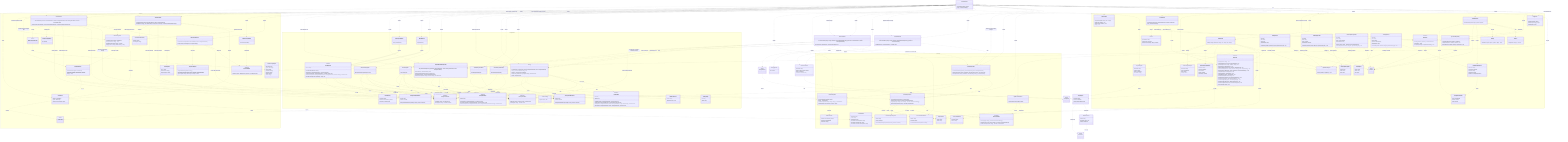
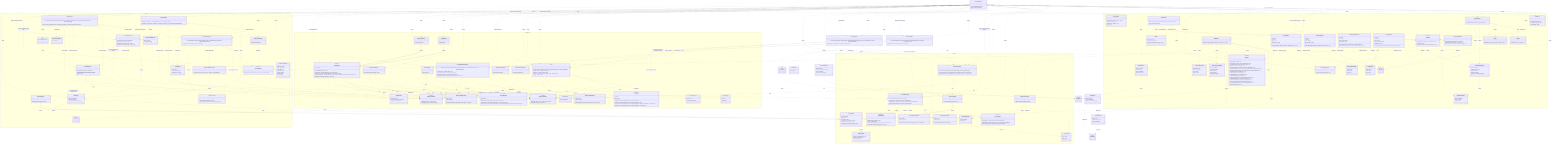
classDiagram
  direction TB

  class LicenseWizard {
    +LicenseWizard(args: string[])
    +run() Promise~Answer[]~
  }

  class LicenseInstaller {
    +LicenseInstaller(config: Config, manifests: ProjectManifestRepository, generator: LicenseGenerator)
    +install(selection: LicenseSelection) Promise~void~
  }

  class LicenseVerifier {
    +LicenseVerifier(config: Config, manifests: ProjectManifestRepository, generator: LicenseGenerator, reader: IFileSystemReader)
    +verify(options: VerifyOptions) Promise~VerifyOutcome~
  }

  class LicenseSelection {
    +licenseId: string
    +tokens: Record~string, string~
    +save: ConfigSave
    +headers?: HeaderConfig
  }

  class ConfigSave {
    <<union>>
  }

  class VerifyOptions {
    +fix: boolean
  }

  class VerifyOutcome {
    <<union>>
  }

  class VerifyReport {
    +licenseId: string
    +license: DriftStatus
    +manifests: ManifestCheck[]
  }

  class ManifestCheck {
    +name: string
    +declared: string | null
    +status: DriftStatus
  }

  class DriftStatus {
    <<union>>
  }

  namespace CLI {
    class FlagParser {
      +FlagParser(flags: object)
      +parse(args: string[]) object
      +formatHelp() string
    }

    class Orchestrator {
      +Orchestrator(repository: QuestionRepository, renderer: IRenderer)
      +run() Promise~Answer[]~
    }

    class IRenderer {
      <<interface>>
      +render(question: Question) Promise~Answer~
      +onCancel() string
      +complete(summary: CompletionSummary) void
    }

    class CompletionSummary {
      +licenseId: string
      +customized: boolean
      +savedTo: string
      +manifests: string[]
      +headers?: CompletionHeaders
    }

    class CompletionHeaders {
      +style: HeaderStyle
      +written: number
      +total: number
    }

    class ProgressBar {
      +ProgressBar(label: string, out?: object)
      +start(total: number) void
      +update(done: number) void
      +stop() void
    }

    class ClackRenderer {
      +ClackRenderer(meta: object, spinner: Spinner)
    }

    class IReporter {
      <<interface>>
      +usage(options: string) void
      +tokens(licenseId: string, slots: TemplateSlot[]) void
      +generated(licenseId: string, savedTo: string) void
      +dryRun(report: DryRunReport) void
      +missingFields(licenseId: string, missing: TemplateSlot[]) void
      +unknownFields(licenseId: string, unknown: string[], slots: TemplateSlot[]) void
      +licenseNotFound(licenseId: string, suggestions: LicenseIndexEntry[]) void
      +verifyMatch(report: VerifyReport) void
      +verifyFixed(report: VerifyReport) void
      +verifyMismatch(report: VerifyReport) void
      +headersNoFiles(licenseId: string) void
      +headersGenerated(report: HeaderGenerateReport) void
      +headersDryRun(report: HeaderDryRunReport) void
      +headersVerifyMatch(report: HeaderVerifyReport) void
      +headersVerifyFixed(report: HeaderVerifyReport) void
      +headersVerifyMismatch(report: HeaderVerifyReport) void
      +error(message: string) void
    }

    class HeaderGenerateReport {
      +licenseId: string
      +style: HeaderStyle
      +total: number
      +written: number
      +unchanged: number
    }

    class HeaderDryRunReport {
      +licenseId: string
      +style: HeaderStyle
      +files: string[]
      +sample: string
    }

    class DryRunReport {
      +licenseId: string
      +content: string
      +save: ConfigSave
      +manifests: string[]
    }

    class CliReporter {
      +CliReporter(programName: string, out?: object, err?: object)
    }

    class Banner {
      +buildBanner(meta: object, options: object) string
    }

    class Spinner {
      +start(handle: object) Function
    }

    class QuestionRepository {
      +QuestionRepository(questions: Question[])
      +getByIndex(index: number) Question | null
      +insertAt(index: number, questions: Question[]) void
    }

    class QuestionLifecycle {
      +inject(questions: Question[]) void
    }

    class Question {
      <<union>>
    }

    class TextQuestion {
      +id: string
      +text: string
      +type: "text"
      +defaultValue: string
      +onAnswer(answer: Answer, lifecycle: QuestionLifecycle) void
    }

    class ConfirmQuestion {
      +id: string
      +text: string
      +type: "confirm"
      +defaultValue: boolean
      +onAnswer(answer: Answer, lifecycle: QuestionLifecycle) void
    }

    class AutocompleteQuestion {
      +id: string
      +text: string
      +type: "autocomplete"
      +defaultValue: string
      +search(query: string) Promise~AutocompleteOption[]~
      +onAnswer(answer: Answer, lifecycle: QuestionLifecycle) void
    }

    class AutocompleteOption {
      +value: string
      +label: string
      +hint: string
    }

    class SelectQuestion {
      +id: string
      +text: string
      +type: "select"
      +options: SelectOption[]
      +defaultValue: string
      +onAnswer(answer: Answer, lifecycle: QuestionLifecycle) void
    }

    class SelectOption {
      +value: string
      +label: string
      +hint: string
    }

    class Answer {
      +questionId: string
      +value: string | boolean
      +fields: Record~string, string | boolean~
    }
  }

  namespace Licensing {
    class LicenseRepository {
      +LicenseRepository(source: ILicenseSource)
      +search(query: string) Promise~LicenseIndexEntry[]~
      +suggest(query: string, limit: number) Promise~LicenseIndexEntry[]~
      +getLicense(licenseId: string) Promise~LicenseDetail~
    }

    class LicenseRepositoryError {
      +name: string
      +cause: unknown
      +LicenseRepositoryError(message: string, cause?: unknown)
    }

    class LicenseNotFoundError {
      +name: string
      +licenseId: string
      +LicenseNotFoundError(licenseId: string)
    }

    class ILicenseSource {
      <<interface>>
      +search(query: string) Promise~LicenseIndexEntry[]~
      +suggest(query: string, limit: number) Promise~LicenseIndexEntry[]~
      +fetchLicense(licenseId: string) Promise~LicenseDetail~
    }

    class SpdxLicenseSource {
      +SpdxLicenseSource(ttlMs: number)
    }

    class LicenseIndexEntry {
      +licenseId: string
      +name: string
    }

    class LicenseDetail {
      +licenseId: string
      +name: string
      +licenseText: string
      +standardLicenseTemplate?: string
      +standardLicenseHeader?: string
      +standardLicenseHeaderTemplate?: string
    }

-     class LicenseTemplate {
-       +LicenseTemplate(template: string)
+     class SpdxTemplate {
+       <<abstract>>
+       +SpdxTemplate(template: string)
      +slots() TemplateSlot[]
      +resolveSlots(entries: Map~string, string~) SlotResolution
      +render(values: Record~string, string~) string
+     }
+ 
+     class LicenseTemplate {
+       +LicenseTemplate(template: string)
    }

    class TemplateSlot {
      +token: string
      +label: string
    }

    class SlotResolution {
      +values: Record~string, string~
      +missing: TemplateSlot[]
      +unknown: string[]
    }

    class LicenseGenerator {
      +LicenseGenerator(repository: LicenseRepository, writer: IFileSystemWriter)
      +generate(licenseId: string, slotValues?: Record~string, string~) Promise~void~
      +render(licenseId: string, slotValues?: Record~string, string~) Promise~string~
    }
  }

  namespace Configuration {
    class IFileSystemReader {
      <<interface>>
      +read(path: string) Promise~string~
      +exists(path: string) Promise~boolean~
    }

    class IFileSystemWriter {
      <<interface>>
      +write(path: string, content: string) Promise~void~
      +delete(path: string) Promise~void~
    }

    class NodeFileSystemReader {
      +NodeFileSystemReader()
    }

    class NodeFileSystemWriter {
      +NodeFileSystemWriter()
    }

    class FileSystemReaderError {
      +name: string
      +cause: unknown
      +FileSystemReaderError(message: string, cause?: unknown)
    }

    class FileSystemWriterError {
      +name: string
      +cause: unknown
      +FileSystemWriterError(message: string, cause?: unknown)
    }

    class WizardConfig {
      +licenseId: string
      +tokens?: Record~string, string~
      +headers?: HeaderConfig
    }

    class HeaderConfig {
-       +style: "short" | "full"
+       +style: HeaderStyle
    }

    class ConfigTarget {
      +id: string
      +label: string
    }

    class IConfigStore {
      <<interface>>
      +id: string
      +label: string
      +available(reader: IFileSystemReader) Promise~boolean~
      +read(reader: IFileSystemReader) Promise~WizardConfig | null~
      +write(reader: IFileSystemReader, writer: IFileSystemWriter, config: WizardConfig) Promise~void~
      +clear(reader: IFileSystemReader, writer: IFileSystemWriter) Promise~void~
    }

    class RcConfigStore {
      +RcConfigStore()
    }

    class ManifestConfigStore {
      +ManifestConfigStore(fileName: string)
    }

    class Config {
      +Config(stores: IConfigStore[], reader: IFileSystemReader, writer: IFileSystemWriter)
      +read() Promise~WizardConfig | null~
      +targets() Promise~ConfigTarget[]~
      +write(config: WizardConfig, targetId: string) Promise~void~
      +clear() Promise~void~
    }

    class IProjectManifest {
      <<interface>>
      +name: string
      +exists(reader: IFileSystemReader) Promise~boolean~
      +readLicense(reader: IFileSystemReader) Promise~string | null~
      +writeLicense(reader: IFileSystemReader, writer: IFileSystemWriter, licenseId: string) Promise~void~
    }

    class JsonManifest {
      <<abstract>>
      +JsonManifest(fileName: string)
      +name: string
      +exists(reader: IFileSystemReader) Promise~boolean~
      +readLicense(reader: IFileSystemReader) Promise~string | null~
      +writeLicense(reader: IFileSystemReader, writer: IFileSystemWriter, licenseId: string) Promise~void~
      #extractLicenseId(value: unknown)* string | null
    }

    class NpmManifest {
      +NpmManifest()
    }

    class ComposerManifest {
      +ComposerManifest()
    }

    class ProjectManifestRepository {
      +ProjectManifestRepository(manifests: IProjectManifest[], reader: IFileSystemReader, writer: IFileSystemWriter)
      +readLicense() Promise~string | null~
      +writeLicense(licenseId: string) Promise~void~
      +declaredLicenses() Promise~ManifestLicense[]~
      +writeLicenseTo(name: string, licenseId: string) Promise~void~
    }

    class ManifestLicense {
      +name: string
      +licenseId: string | null
    }
  }

  namespace Headers {
    class HeaderPlan {
      +detail: LicenseDetail
      +style: HeaderStyle
      +tokens: Record~string, string~
    }

    class HeaderStyle {
      <<union>>
    }

    class HeaderRenderer {
      +HeaderRenderer(plan: HeaderPlan)
      +supportsFull(detail: LicenseDetail)$ boolean
      +body() string
    }

+     class HeaderTemplate {
+       +HeaderTemplate(template: string)
+     }
+ 
    class HeaderComposer {
      +HeaderComposer(plan: HeaderPlan)
      +block(extension: string) string
      +hasManaged(content: string) boolean
      +apply(content: string, filePath: string) string
    }

    class SourceFileScanner {
-       +SourceFileScanner(walker: IFileTreeWalker, reader: IFileSystemReader)
+       +SourceFileScanner(walker: IFileTreeWalker, reader: IFileSystemReader, matchers?: GitignoreMatcherFactory)
      +scan(options?: ScanOptions) Promise~string[]~
    }

    class ScanOptions {
      +root?: string
      +extensions?: string[]
      +extraIgnores?: string[]
    }

    class GitignoreMatcher {
      +GitignoreMatcher(patterns: string[])
-       +fromContent(content: string, extra?: string[])$ GitignoreMatcher
      +ignores(path: string, isDirectory: boolean) boolean
+     }
+ 
+     class GitignoreMatcherFactory {
+       +fromContent(content: string, extra?: string[]) GitignoreMatcher
    }

    class IFileTreeWalker {
      <<interface>>
      +walk(root: string, skipDirectory: Function) Promise~string[]~
    }

    class NodeFileTreeWalker {
      +NodeFileTreeWalker()
    }

    class HeaderInstaller {
      +HeaderInstaller(reader: IFileSystemReader, writer: IFileSystemWriter)
      +install(files: string[], plan: HeaderPlan, onProgress?: Function) Promise~HeaderInstallSummary~
    }

    class HeaderInstallSummary {
      +written: string[]
      +unchanged: string[]
    }

    class HeaderVerifier {
      +HeaderVerifier(scanner: SourceFileScanner, reader: IFileSystemReader, writer: IFileSystemWriter, licenses: LicenseRepository)
      +verify(config: WizardConfig, options: HeaderVerifyOptions) Promise~HeaderVerifyOutcome~
    }

    class HeaderVerifyOptions {
      +fix: boolean
    }

    class HeaderVerifyOutcome {
      <<union>>
    }

    class HeaderVerifyReport {
      +licenseId: string
      +style: HeaderStyle
      +total: number
      +matched: string[]
      +missing: string[]
      +drifted: string[]
      +fixed: string[]
    }
  }

  TextQuestion ..|> Question : member of
  ConfirmQuestion ..|> Question : member of
  AutocompleteQuestion ..|> Question : member of
  SelectQuestion ..|> Question : member of
  TextQuestion ..> QuestionLifecycle : onAnswer receives
  ConfirmQuestion ..> QuestionLifecycle : onAnswer receives
  AutocompleteQuestion ..> QuestionLifecycle : onAnswer receives
  SelectQuestion ..> QuestionLifecycle : onAnswer receives
  SelectQuestion ..> SelectOption : offers
  Orchestrator ..> QuestionLifecycle : creates
  ClackRenderer ..|> IRenderer : implements
  ClackRenderer ..> Spinner : uses
  ClackRenderer ..> Banner : renders
  IRenderer ..> CompletionSummary : renders
  ClackRenderer ..> CompletionSummary : renders
  CliReporter ..|> IReporter : implements
  CliReporter ..> TemplateSlot : renders
  CliReporter ..> VerifyReport : renders
  CliReporter ..> DryRunReport : renders
  LicenseWizard ..> FlagParser : uses
  LicenseWizard ..> FlagParser : reads defaults from
  LicenseWizard ..> QuestionRepository : creates
  LicenseWizard ..> ClackRenderer : creates
  LicenseWizard ..> CliReporter : creates
  LicenseWizard ..> IRenderer : reports completion through
  LicenseWizard ..> IReporter : reports through
  LicenseWizard ..> Orchestrator : creates
  LicenseWizard ..> SpdxLicenseSource : creates
  LicenseWizard ..> LicenseRepository : creates
  LicenseWizard ..> LicenseGenerator : creates
  LicenseWizard ..> LicenseGenerator : renders dry-run preview through
  LicenseWizard ..> LicenseInstaller : creates
  LicenseWizard ..> LicenseInstaller : applies selection through
  LicenseWizard ..> LicenseSelection : builds
  LicenseWizard ..> DryRunReport : builds
  LicenseWizard ..> LicenseVerifier : creates
  LicenseWizard ..> LicenseVerifier : verifies through
  LicenseInstaller ..> Config : uses
  LicenseInstaller ..> ProjectManifestRepository : writes selection to
  LicenseInstaller ..> LicenseGenerator : uses
  LicenseInstaller ..> LicenseSelection : applies
  LicenseVerifier ..> Config : reads config from
  LicenseVerifier ..> ProjectManifestRepository : checks and reconciles manifests through
  LicenseVerifier ..> LicenseGenerator : re-renders and rewrites with
  LicenseVerifier ..> IFileSystemReader : reads LICENSE through
  LicenseVerifier ..> VerifyOptions : configured by
  LicenseVerifier ..> VerifyOutcome : returns
  VerifyOutcome ..> VerifyReport : carries
  VerifyReport ..> ManifestCheck : aggregates
  VerifyReport ..> DriftStatus : statuses by
  ManifestCheck ..> DriftStatus : status by
  ProjectManifestRepository ..> ManifestLicense : produces
  LicenseSelection ..> ConfigSave : has
  DryRunReport ..> ConfigSave : carries
  Orchestrator ..> QuestionRepository : gets questions from
  Orchestrator ..> IRenderer : feeds questions to
  ClackRenderer ..> Question : renders
  QuestionRepository ..> Question : produces
  AutocompleteQuestion ..> AutocompleteOption : search produces
  Orchestrator ..> Answer : collects
  SpdxLicenseSource ..|> ILicenseSource : implements
  LicenseRepository ..> ILicenseSource : uses
  LicenseRepository ..> LicenseIndexEntry : produces
  LicenseRepository ..> LicenseDetail : produces
  LicenseRepository ..> LicenseRepositoryError : throws
  LicenseRepository ..> LicenseNotFoundError : throws
  SpdxLicenseSource ..> LicenseNotFoundError : throws
  LicenseWizard ..> LicenseNotFoundError : handles
  CliReporter ..> LicenseIndexEntry : renders
  LicenseGenerator ..> LicenseRepository : uses
  LicenseGenerator ..> IFileSystemWriter : uses
  LicenseGenerator ..> LicenseTemplate : uses
-   LicenseTemplate ..> TemplateSlot : produces
-   LicenseTemplate ..> SlotResolution : produces
+   LicenseTemplate --|> SpdxTemplate : extends
+   HeaderTemplate --|> SpdxTemplate : extends
+   SpdxTemplate ..> TemplateSlot : produces
+   SpdxTemplate ..> SlotResolution : produces
  LicenseWizard ..> LicenseTemplate : creates
  NodeFileSystemReader ..|> IFileSystemReader : implements
  NodeFileSystemWriter ..|> IFileSystemWriter : implements
  NodeFileSystemReader ..> FileSystemReaderError : throws
  NodeFileSystemWriter ..> FileSystemWriterError : throws
  Config ..> IConfigStore : coordinates
  Config ..> IFileSystemReader : uses
  Config ..> IFileSystemWriter : uses
  Config ..> WizardConfig : produces
  Config ..> ConfigTarget : produces
  Config ..> FileSystemWriterError : throws
  RcConfigStore ..|> IConfigStore : implements
  ManifestConfigStore ..|> IConfigStore : implements
  RcConfigStore ..> IFileSystemReader : uses
  RcConfigStore ..> IFileSystemWriter : uses
  RcConfigStore ..> FileSystemReaderError : throws
  RcConfigStore ..> FileSystemWriterError : throws
  ManifestConfigStore ..> IFileSystemReader : uses
  ManifestConfigStore ..> IFileSystemWriter : uses
  ManifestConfigStore ..> FileSystemReaderError : throws
  ManifestConfigStore ..> FileSystemWriterError : throws
  JsonManifest ..|> IProjectManifest : implements
  NpmManifest --|> JsonManifest : extends
  ComposerManifest --|> JsonManifest : extends
  JsonManifest ..> IFileSystemReader : uses
  JsonManifest ..> IFileSystemWriter : uses
  JsonManifest ..> FileSystemReaderError : throws
  JsonManifest ..> FileSystemWriterError : throws
  ProjectManifestRepository ..> IProjectManifest : coordinates
  ProjectManifestRepository ..> IFileSystemReader : uses
  ProjectManifestRepository ..> IFileSystemWriter : uses
  LicenseWizard ..> NodeFileSystemReader : creates
  LicenseWizard ..> NodeFileSystemWriter : creates
  LicenseWizard ..> Config : creates
  LicenseWizard ..> Config : reads defaults from
  LicenseWizard ..> RcConfigStore : creates
  LicenseWizard ..> ManifestConfigStore : creates
  LicenseWizard ..> NpmManifest : creates
  LicenseWizard ..> ComposerManifest : creates
  LicenseWizard ..> ProjectManifestRepository : creates
  LicenseWizard ..> ProjectManifestRepository : reads defaults from
  LicenseWizard ..> SourceFileScanner : creates
  LicenseWizard ..> NodeFileTreeWalker : creates
  LicenseWizard ..> HeaderInstaller : creates
  LicenseWizard ..> HeaderInstaller : writes headers through
  LicenseWizard ..> HeaderVerifier : creates
  LicenseWizard ..> HeaderVerifier : verifies headers through
  LicenseWizard ..> HeaderRenderer : checks full-header support with
  LicenseWizard ..> HeaderComposer : previews header block with
  LicenseWizard ..> ProgressBar : drives header progress with
  LicenseWizard ..> HeaderPlan : builds
  CliReporter ..> HeaderGenerateReport : renders
  CliReporter ..> HeaderDryRunReport : renders
  CliReporter ..> HeaderVerifyReport : renders
  HeaderConfig ..> HeaderStyle : style by
  HeaderPlan ..> LicenseDetail : carries
  HeaderPlan ..> HeaderStyle : styled by
  HeaderRenderer ..> HeaderPlan : renders
-   HeaderRenderer ..> LicenseTemplate : substitutes header template with
+   HeaderRenderer ..> HeaderTemplate : substitutes header template with
  HeaderComposer ..> HeaderPlan : composes
  HeaderComposer ..> HeaderRenderer : renders body with
  HeaderInstaller ..> HeaderComposer : applies header with
  HeaderInstaller ..> HeaderPlan : applies
  HeaderInstaller ..> IFileSystemReader : reads files through
  HeaderInstaller ..> IFileSystemWriter : writes files through
  HeaderInstaller ..> HeaderInstallSummary : produces
  HeaderVerifier ..> SourceFileScanner : rediscovers files through
  HeaderVerifier ..> HeaderComposer : compares against
  HeaderVerifier ..> LicenseRepository : fetches header detail through
  HeaderVerifier ..> IFileSystemReader : reads files through
  HeaderVerifier ..> IFileSystemWriter : rewrites files through
  HeaderVerifier ..> WizardConfig : verifies against
  HeaderVerifier ..> HeaderVerifyOptions : configured by
  HeaderVerifier ..> HeaderVerifyOutcome : returns
  HeaderVerifyOutcome ..> HeaderVerifyReport : carries
  SourceFileScanner ..> IFileTreeWalker : walks with
  SourceFileScanner ..> IFileSystemReader : reads .gitignore through
+   SourceFileScanner ..> GitignoreMatcherFactory : builds matchers with
  SourceFileScanner ..> GitignoreMatcher : filters with
  SourceFileScanner ..> ScanOptions : configured by
+   GitignoreMatcherFactory ..> GitignoreMatcher : creates
  NodeFileTreeWalker ..|> IFileTreeWalker : implements
  ClackRenderer ..> CompletionHeaders : renders
  CompletionSummary ..> CompletionHeaders : carries
